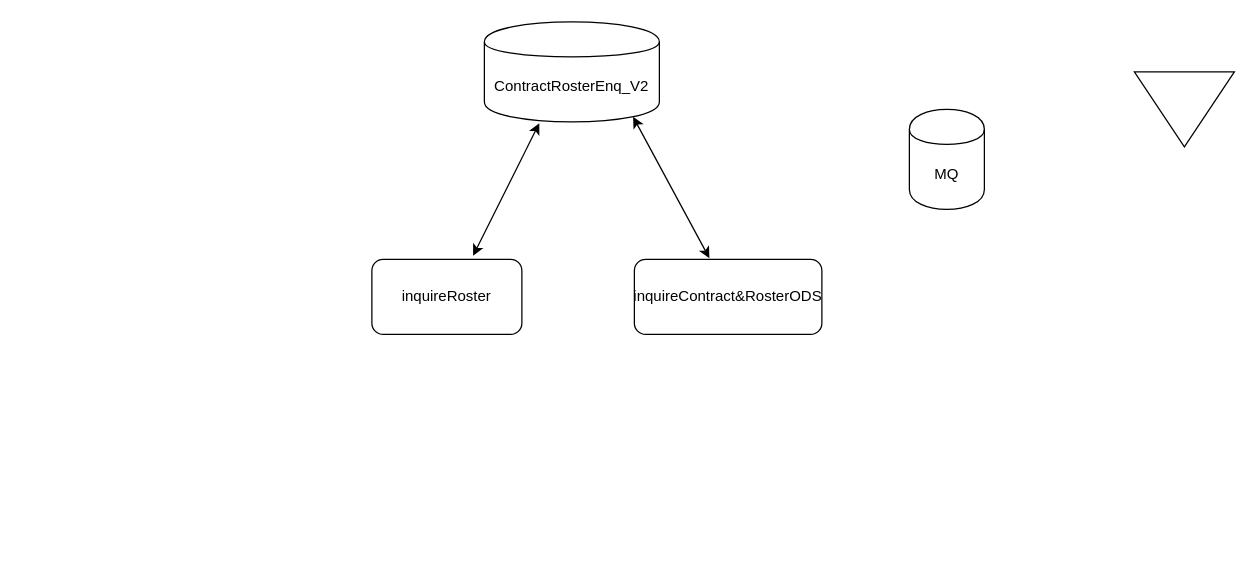
This is modules/Untitled Diagram.drawio from suvaio/docs-mule-runtime, a draw.io file, before an edit. Source tidied: cells renumbered, new cells numbered last; positions are measured from the earlier drawing's top-left corner, leaving out a move shared by most shapes. Both pictures are drawn from the tidied source at 125%, with x=0, y=0 at pixel (371, 21).
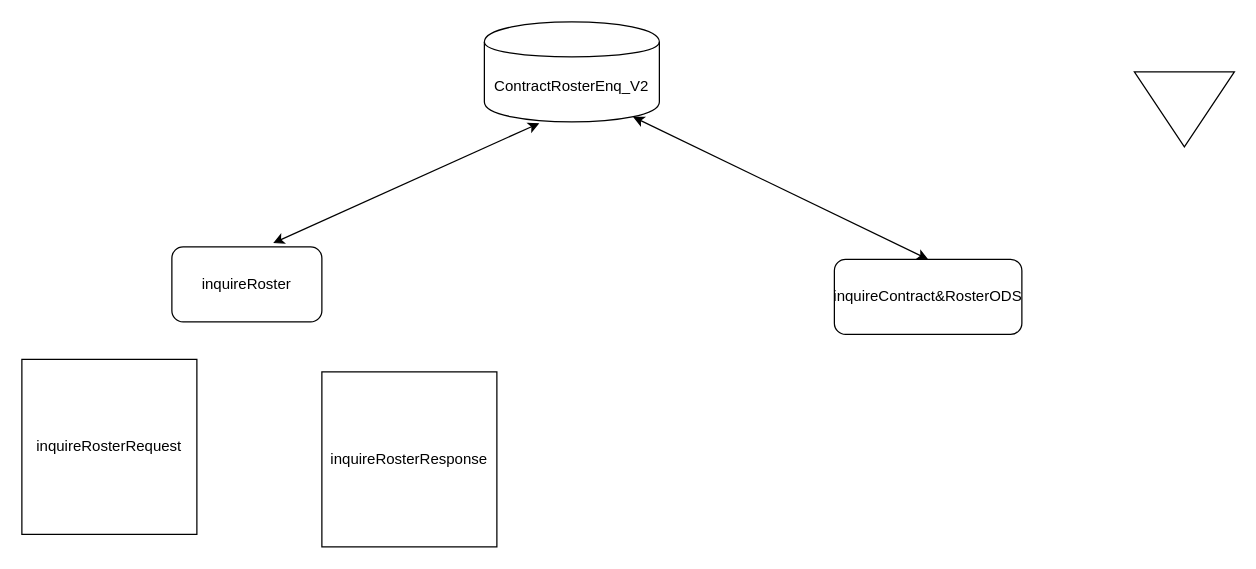
The same page after the edit.

The edit, as a diff of the source:
```diff
@@
 <mxGraphModel>
   <root>
     <mxCell id="0" />
     <mxCell id="1" parent="0" />
     <mxCell id="2" value="ContractRosterEnq_V2" style="shape=cylinder;whiteSpace=wrap;html=1;boundedLbl=1;backgroundOutline=1;" parent="1" vertex="1">
       <mxGeometry x="90" width="140" height="80" as="geometry" />
     </mxCell>
-    <mxCell id="3" value="MQ" style="shape=cylinder;whiteSpace=wrap;html=1;boundedLbl=1;backgroundOutline=1;" parent="1" vertex="1">
-      <mxGeometry x="430" y="70" width="60" height="80" as="geometry" />
-    </mxCell>
     <mxCell id="4" style="triangle;whiteSpace=wrap;html=1;rotation=90;" parent="1" vertex="1">
       <mxGeometry x="620" y="30" width="60" height="80" as="geometry" />
     </mxCell>
     <mxCell id="5" value="inquireRoster" style="rounded=1;whiteSpace=wrap;html=1;" parent="1" vertex="1">
-      <mxGeometry y="190" width="120" height="60" as="geometry" />
+      <mxGeometry x="-160" y="180" width="120" height="60" as="geometry" />
     </mxCell>
     <mxCell id="6" value="inquireContract&amp;amp;RosterODS" style="rounded=1;whiteSpace=wrap;html=1;" parent="1" vertex="1">
-      <mxGeometry x="210" y="190" width="150" height="60" as="geometry" />
+      <mxGeometry x="370" y="190" width="150" height="60" as="geometry" />
     </mxCell>
     <mxCell id="7" style="endArrow=classic;startArrow=classic;html=1;exitX=0.675;exitY=-0.05;exitDx=0;exitDy=0;exitPerimeter=0;entryX=0.314;entryY=1.013;entryDx=0;entryDy=0;entryPerimeter=0;" parent="1" edge="1" source="5" target="2">
       <mxGeometry relative="1" as="geometry" />
     </mxCell>
-    <mxCell id="8" style="endArrow=classic;startArrow=classic;html=1;entryX=0.85;entryY=0.95;entryDx=0;entryDy=0;entryPerimeter=0;" parent="1" edge="1" target="2">
-      <mxGeometry relative="1" as="geometry">
-        <mxPoint x="270" y="189" as="sourcePoint" />
-      </mxGeometry>
+    <mxCell id="8" style="endArrow=classic;startArrow=classic;html=1;entryX=0.85;entryY=0.95;entryDx=0;entryDy=0;entryPerimeter=0;exitX=0.5;exitY=0;exitDx=0;exitDy=0;" parent="1" edge="1" source="6" target="2">
+      <mxGeometry relative="1" as="geometry" />
     </mxCell>
+    <mxCell id="9" value="inquireRosterRequest" style="whiteSpace=wrap;html=1;" parent="1" vertex="1">
+      <mxGeometry x="-280" y="270" width="140" height="140" as="geometry" />
+    </mxCell>
+    <mxCell id="10" value="inquireRosterResponse" style="whiteSpace=wrap;html=1;" parent="1" vertex="1">
+      <mxGeometry x="-40" y="280" width="140" height="140" as="geometry" />
+    </mxCell>
   </root>
 </mxGraphModel>
```
